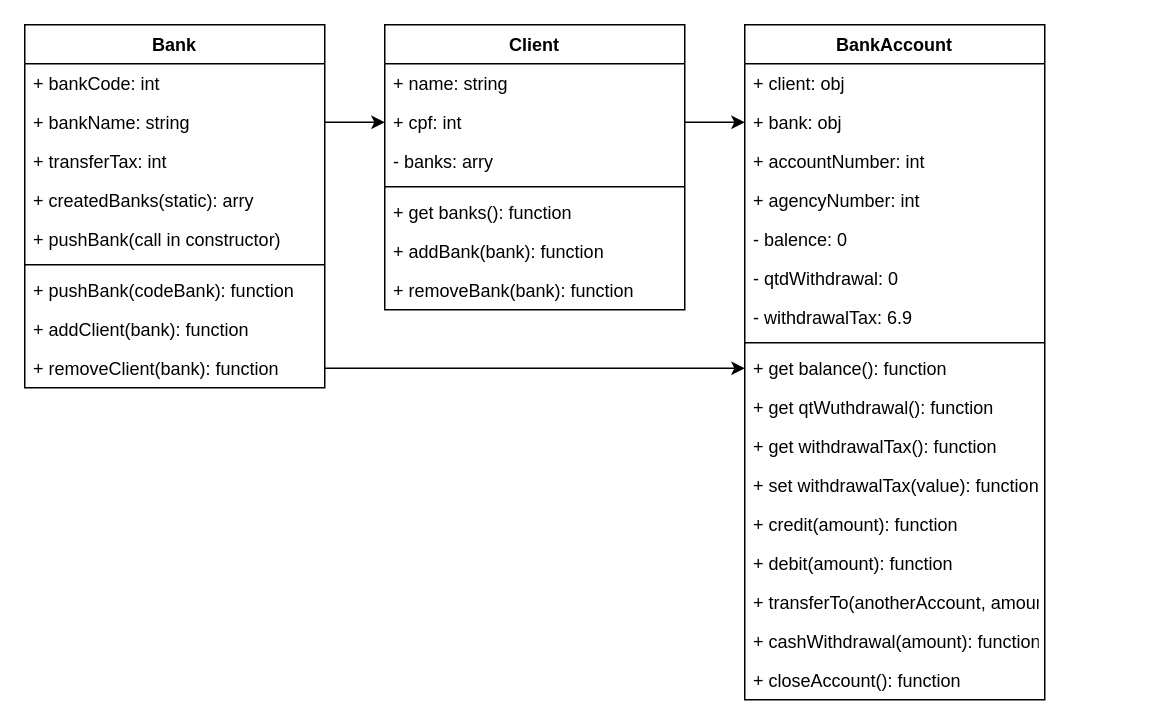
Earlier version of the draw.io diagram Exercícios/Para casa/entregas/exemplo-nome-sobrenome/draw.drawio (EllieKonuma/on25-IJS-orientacao-objetos-I). Source tidied: cells renumbered, new cells numbered last; positions are measured from the earlier drawing's top-left corner, leaving out a move shared by most shapes. Both pictures are drawn from the tidied source at 150%, with x=0, y=0 at pixel (24, 24).
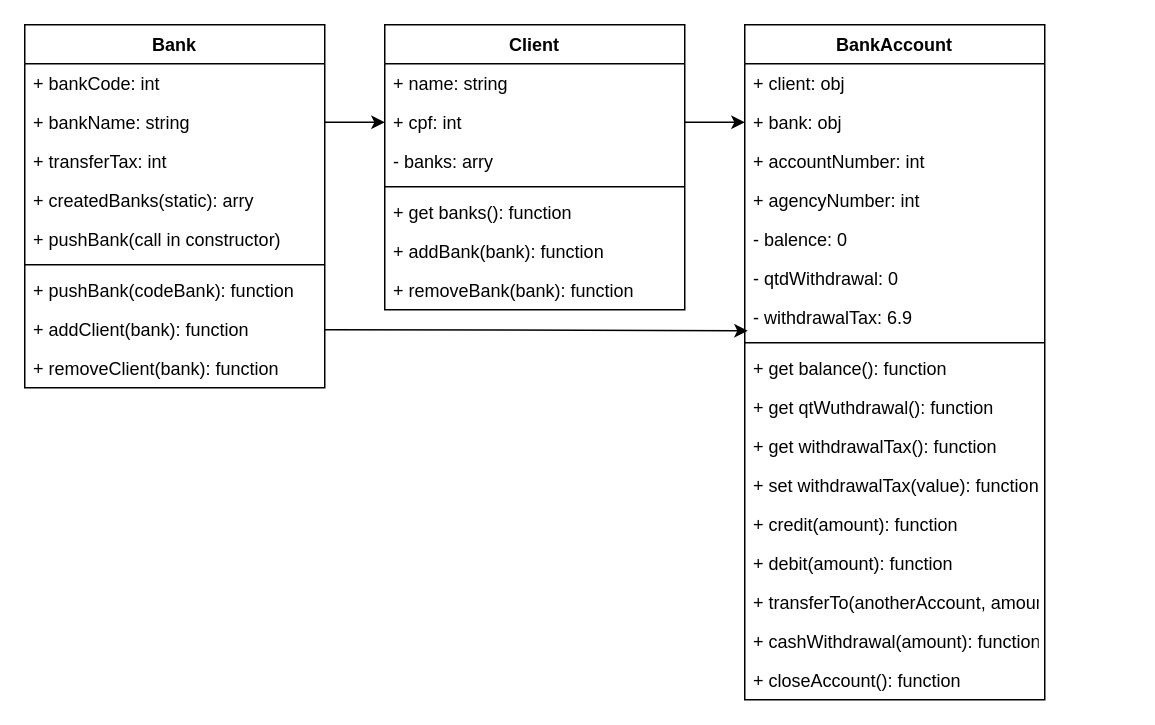
Above is the later version.

The change refers to these unchanged cells:
```xml
<mxCell id="10" value="+ addClient(bank): function" style="text;strokeColor=none;fillColor=none;align=left;verticalAlign=top;spacingLeft=4;spacingRight=4;overflow=hidden;points=[[0,0.5],[1,0.5]];portConstraint=eastwest;" parent="2" vertex="1">
  <mxGeometry y="190" width="200" height="26" as="geometry" />
</mxCell>
<mxCell id="11" value="+ removeClient(bank): function" style="text;strokeColor=none;fillColor=none;align=left;verticalAlign=top;spacingLeft=4;spacingRight=4;overflow=hidden;points=[[0,0.5],[1,0.5]];portConstraint=eastwest;" parent="2" vertex="1">
  <mxGeometry y="216" width="200" height="26" as="geometry" />
</mxCell>
<mxCell id="27" value="- withdrawalTax: 6.9" style="text;strokeColor=none;fillColor=none;align=left;verticalAlign=top;spacingLeft=4;spacingRight=4;overflow=hidden;points=[[0,0.5],[1,0.5]];portConstraint=eastwest;" parent="20" vertex="1">
  <mxGeometry y="182" width="200" height="26" as="geometry" />
</mxCell>
<mxCell id="29" value="+ get balance(): function" style="text;strokeColor=none;fillColor=none;align=left;verticalAlign=top;spacingLeft=4;spacingRight=4;overflow=hidden;points=[[0,0.5],[1,0.5]];portConstraint=eastwest;" parent="20" vertex="1">
  <mxGeometry y="216" width="200" height="26" as="geometry" />
</mxCell>
```

Diff of the diagram source:
```diff
@@
-    <mxCell id="40" style="edgeStyle=none;html=1;exitX=1;exitY=0.5;exitDx=0;exitDy=0;entryX=0;entryY=0.5;entryDx=0;entryDy=0;" parent="1" edge="1" source="11" target="29">
-      <mxGeometry relative="1" as="geometry" />
-    </mxCell>
+    <mxCell id="41" style="edgeStyle=none;html=1;entryX=0.01;entryY=0.846;entryDx=0;entryDy=0;entryPerimeter=0;" parent="1" edge="1" source="10" target="27">
+      <mxGeometry relative="1" as="geometry" />
+    </mxCell>
```
